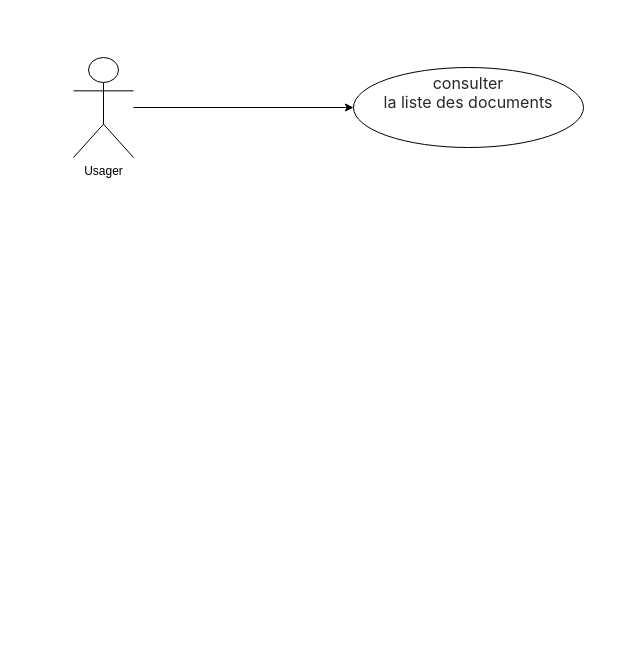
This is UML/cas_médiathèque.drawio from Sifelddin/CDA_formation, a draw.io file, before an edit. Source tidied: cells renumbered, new cells numbered last; positions are measured from the earlier drawing's top-left corner, leaving out a move shared by most shapes. Both pictures are drawn from the tidied source at 100%, with x=0, y=0 at pixel (73, 57).
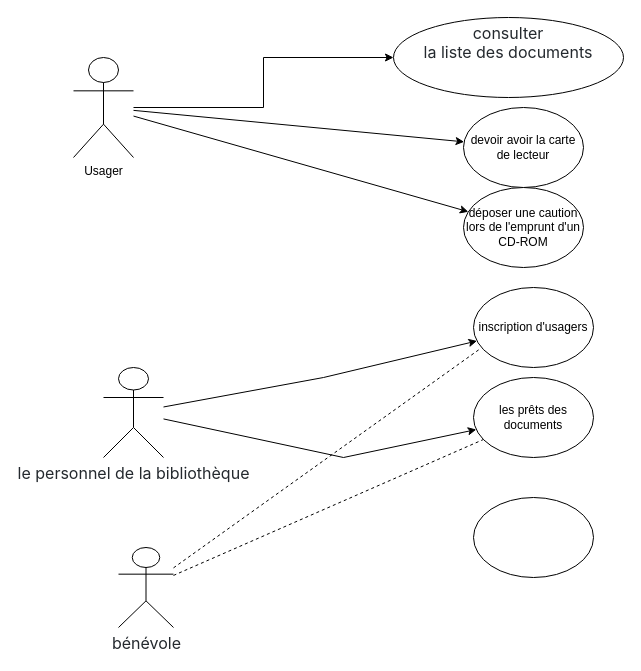
The same page after the edit.

Unchanged cells that the change refers to:
```xml
<mxCell id="3" value="Usager&lt;br&gt;" style="shape=umlActor;verticalLabelPosition=bottom;verticalAlign=top;html=1;outlineConnect=0;shadow=0;sketch=0;" parent="1" vertex="1">
  <mxGeometry width="60" height="100" as="geometry" />
</mxCell>
```

What changed in the source:
```diff
@@
     <mxCell id="4" value="&lt;span style=&quot;color: rgb(36, 41, 46); font-family: -apple-system, BlinkMacSystemFont, &amp;quot;Segoe UI&amp;quot;, Helvetica, Arial, sans-serif, &amp;quot;Apple Color Emoji&amp;quot;, &amp;quot;Segoe UI Emoji&amp;quot;; font-size: 16px; text-align: left; background-color: rgb(255, 255, 255);&quot;&gt;consulter&lt;br&gt;la liste des documents&lt;br&gt;&lt;/span&gt;" style="ellipse;whiteSpace=wrap;html=1;verticalAlign=top;shadow=0;sketch=0;" parent="1" vertex="1">
-      <mxGeometry x="280" y="10" width="230" height="80" as="geometry" />
+      <mxGeometry x="320" y="-40" width="230" height="80" as="geometry" />
     </mxCell>
+    <mxCell id="5" value="devoir avoir la carte de lecteur" style="ellipse;whiteSpace=wrap;html=1;shadow=0;sketch=0;" parent="1" vertex="1">
+      <mxGeometry x="390" y="50" width="120" height="80" as="geometry" />
+    </mxCell>
+    <mxCell id="6" style="endArrow=classic;html=1;rounded=0;" parent="1" edge="1" source="3" target="5">
+      <mxGeometry relative="1" as="geometry" />
+    </mxCell>
+    <mxCell id="7" value="déposer une caution lors de l'emprunt d'un CD-ROM" style="ellipse;whiteSpace=wrap;html=1;shadow=0;sketch=0;" parent="1" vertex="1">
+      <mxGeometry x="390" y="130" width="120" height="80" as="geometry" />
+    </mxCell>
+    <mxCell id="8" style="endArrow=classic;html=1;rounded=0;" parent="1" edge="1" source="3" target="7">
+      <mxGeometry relative="1" as="geometry" />
+    </mxCell>
+    <mxCell id="9" value="&lt;span style=&quot;color: rgb(36, 41, 46); font-family: -apple-system, BlinkMacSystemFont, &amp;quot;Segoe UI&amp;quot;, Helvetica, Arial, sans-serif, &amp;quot;Apple Color Emoji&amp;quot;, &amp;quot;Segoe UI Emoji&amp;quot;; font-size: 16px; text-align: left; background-color: rgb(255, 255, 255);&quot;&gt;le personnel de la bibliothèque&lt;/span&gt;" style="shape=umlActor;verticalLabelPosition=bottom;verticalAlign=top;html=1;outlineConnect=0;shadow=0;sketch=0;" parent="1" vertex="1">
+      <mxGeometry x="30" y="310" width="60" height="90" as="geometry" />
+    </mxCell>
+    <mxCell id="10" value="inscription d'usagers" style="ellipse;whiteSpace=wrap;html=1;shadow=0;sketch=0;" parent="1" vertex="1">
+      <mxGeometry x="400" y="230" width="120" height="80" as="geometry" />
+    </mxCell>
+    <mxCell id="11" style="endArrow=classic;html=1;rounded=0;" parent="1" edge="1" source="9" target="10">
+      <mxGeometry relative="1" as="geometry">
+        <Array as="points">
+          <mxPoint x="250" y="320" />
+        </Array>
+      </mxGeometry>
+    </mxCell>
+    <mxCell id="12" value="&lt;div style=&quot;&quot;&gt;les prêts des documents&lt;/div&gt;" style="ellipse;whiteSpace=wrap;html=1;shadow=0;sketch=0;align=center;" parent="1" vertex="1">
+      <mxGeometry x="400" y="320" width="120" height="80" as="geometry" />
+    </mxCell>
+    <mxCell id="13" style="endArrow=classic;html=1;rounded=0;" parent="1" edge="1" source="9" target="12">
+      <mxGeometry relative="1" as="geometry">
+        <Array as="points">
+          <mxPoint x="270" y="400" />
+        </Array>
+      </mxGeometry>
+    </mxCell>
+    <mxCell id="14" value="&lt;span style=&quot;color: rgb(36, 41, 46); font-family: -apple-system, BlinkMacSystemFont, &amp;quot;Segoe UI&amp;quot;, Helvetica, Arial, sans-serif, &amp;quot;Apple Color Emoji&amp;quot;, &amp;quot;Segoe UI Emoji&amp;quot;; font-size: 16px; text-align: left; background-color: rgb(255, 255, 255);&quot;&gt;bénévole&lt;/span&gt;" style="shape=umlActor;verticalLabelPosition=bottom;verticalAlign=top;html=1;outlineConnect=0;shadow=0;sketch=0;" parent="1" vertex="1">
+      <mxGeometry x="45" y="490" width="55" height="80" as="geometry" />
+    </mxCell>
+    <mxCell id="15" style="endArrow=none;dashed=1;html=1;rounded=0;" parent="1" edge="1" source="14" target="12">
+      <mxGeometry relative="1" as="geometry" />
+    </mxCell>
+    <mxCell id="16" style="endArrow=none;dashed=1;html=1;rounded=0;entryX=0.05;entryY=0.772;entryDx=0;entryDy=0;entryPerimeter=0;" parent="1" edge="1" source="14" target="10">
+      <mxGeometry relative="1" as="geometry" />
+    </mxCell>
+    <mxCell id="17" style="ellipse;whiteSpace=wrap;html=1;shadow=0;sketch=0;" parent="1" vertex="1">
+      <mxGeometry x="400" y="440" width="120" height="80" as="geometry" />
+    </mxCell>
```
